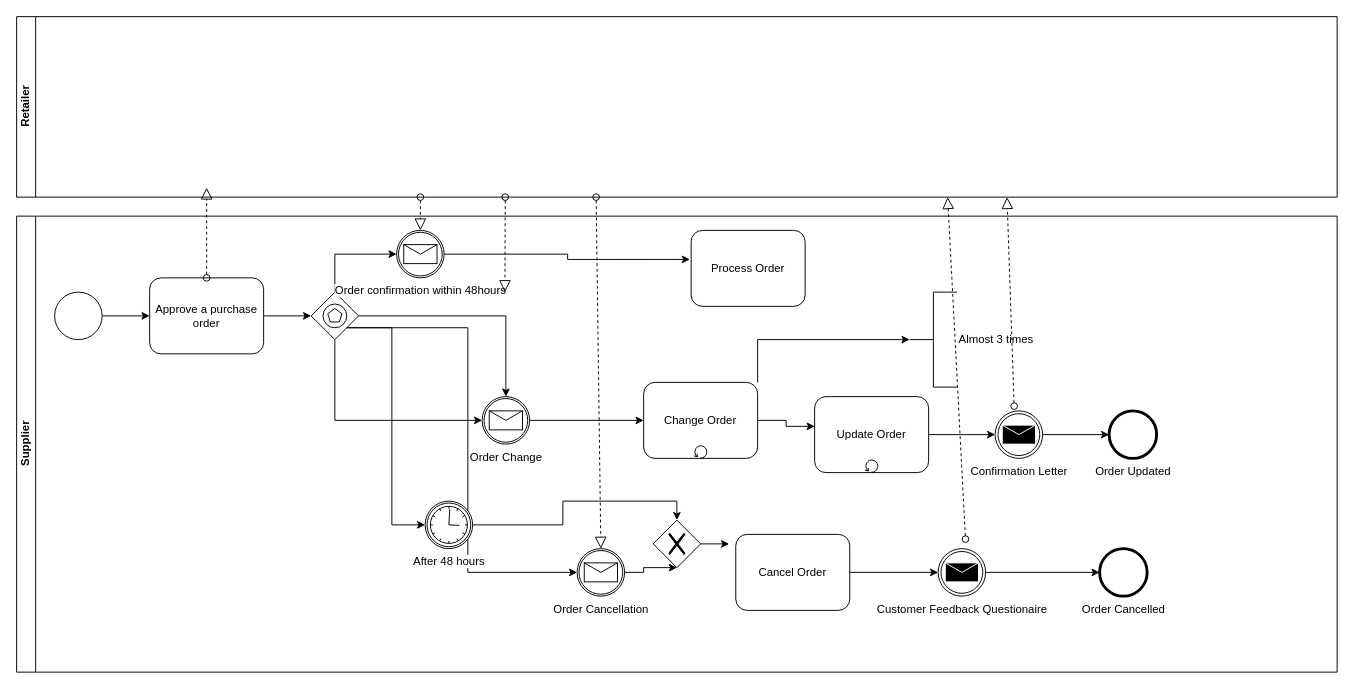
The draw.io diagram page "My Answer" (1 of 2) of Case Study:Event.drawio in cynthiawsy/BPMN, before the edit. Source tidied: cells renumbered, new cells numbered last; positions are measured from the earlier drawing's top-left corner, leaving out a move shared by most shapes. Both pictures are drawn from the tidied source at 95%, with x=0, y=0 at pixel (16, 16).
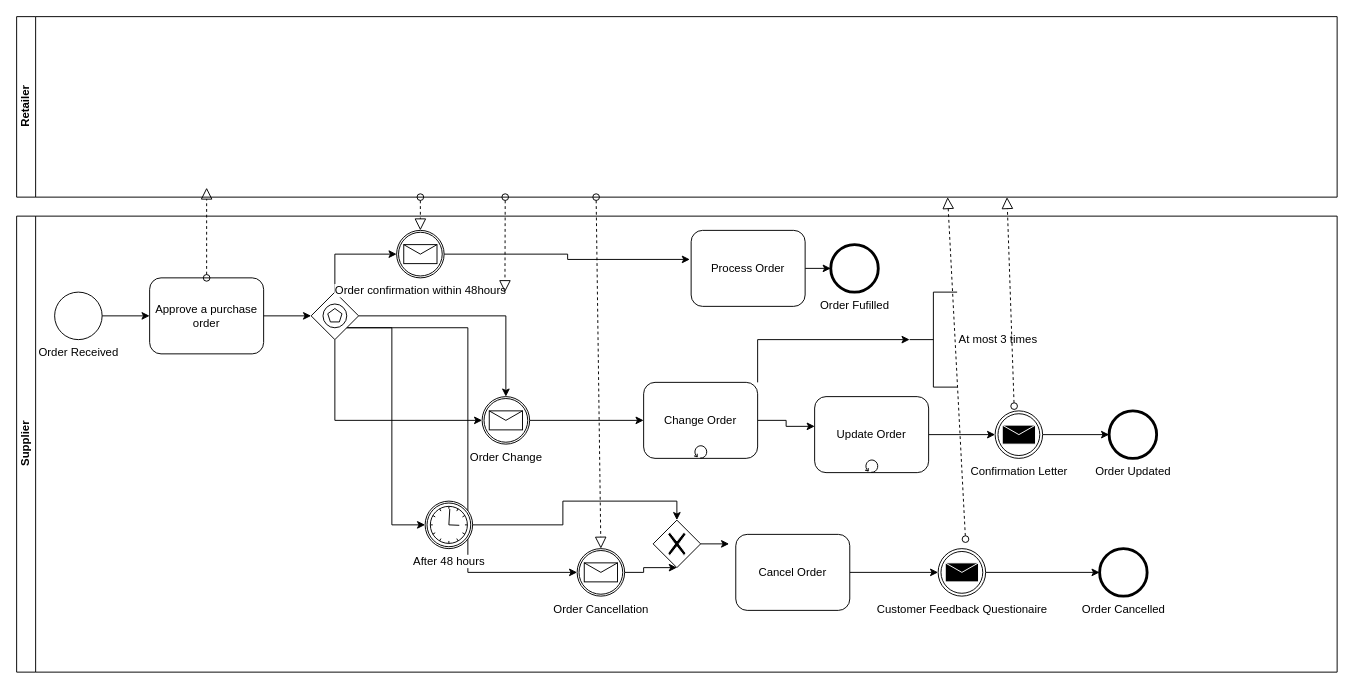
Above is the later version.

Unchanged cells that the change refers to:
```xml
<mxCell id="2" value="Supplier" style="swimlane;html=1;horizontal=0;startSize=20;" parent="1" vertex="1">
  <mxGeometry y="210" width="1390" height="480" as="geometry" />
</mxCell>
<mxCell id="29" value="Process Order" style="shape=ext;rounded=1;html=1;whiteSpace=wrap;" parent="2" vertex="1">
  <mxGeometry x="710" y="15" width="120" height="80" as="geometry" />
</mxCell>
```

Change to the diagram source:
```diff
@@
-    <mxCell id="4" style="shape=mxgraph.bpmn.shape;html=1;verticalLabelPosition=bottom;labelBackgroundColor=#ffffff;verticalAlign=top;align=center;perimeter=ellipsePerimeter;outlineConnect=0;outline=standard;symbol=general;" parent="2" vertex="1">
+    <mxCell id="4" value="Order Received" style="shape=mxgraph.bpmn.shape;html=1;verticalLabelPosition=bottom;labelBackgroundColor=#ffffff;verticalAlign=top;align=center;perimeter=ellipsePerimeter;outlineConnect=0;outline=standard;symbol=general;" parent="2" vertex="1">
       <mxGeometry x="40" y="80" width="50" height="50" as="geometry" />
     </mxCell>
@@
+    <mxCell id="47" style="edgeStyle=orthogonalEdgeStyle;rounded=0;jettySize=auto;html=1;exitX=1;exitY=0.5;exitDx=0;exitDy=0;entryX=0;entryY=0.5;entryDx=0;entryDy=0;" parent="2" edge="1" source="29" target="48">
+      <mxGeometry relative="1" as="geometry" />
+    </mxCell>
@@
-    <mxCell id="38" value="Almost 3 times" style="html=1;shape=mxgraph.flowchart.annotation_2;align=left;labelPosition=right;" parent="2" vertex="1">
+    <mxCell id="38" value="At most 3 times" style="html=1;shape=mxgraph.flowchart.annotation_2;align=left;labelPosition=right;" parent="2" vertex="1">
       <mxGeometry x="940" y="80" width="50" height="100" as="geometry" />
     </mxCell>
@@
+    <mxCell id="48" value="Order Fufilled" style="shape=mxgraph.bpmn.shape;html=1;verticalLabelPosition=bottom;labelBackgroundColor=#ffffff;verticalAlign=top;align=center;perimeter=ellipsePerimeter;outlineConnect=0;outline=end;symbol=general;" parent="2" vertex="1">
+      <mxGeometry x="857" y="30" width="50" height="50" as="geometry" />
+    </mxCell>
```
